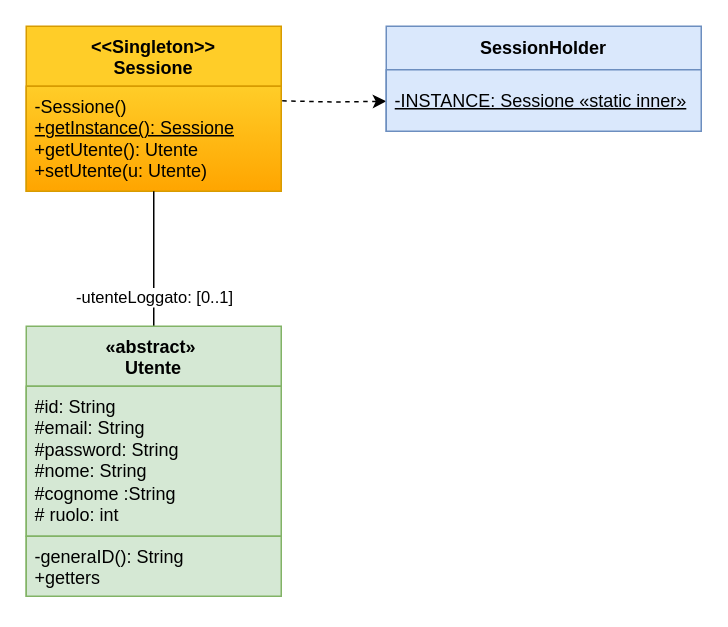
Above: Design Level/Singleton.drawio in FedericoSib/FitPlan (draw.io), before the change. Source tidied: cells renumbered, new cells numbered last; positions are measured from the earlier drawing's top-left corner, leaving out a move shared by most shapes. Both pictures are drawn from the tidied source at 150%, with x=0, y=0 at pixel (26, 26).
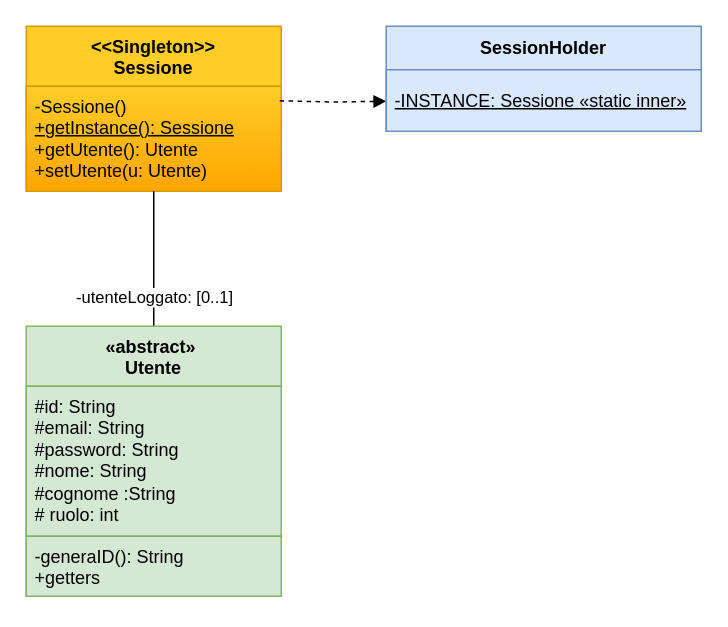
Above is the later version.

What changed in the source:
```diff
@@
 <mxGraphModel>
   <root>
     <mxCell id="0" />
     <mxCell id="1" parent="0" />
     <mxCell id="2" value="&lt;div&gt;&amp;lt;&amp;lt;Singleton&amp;gt;&amp;gt;&lt;/div&gt;&lt;div&gt;Sessione&lt;/div&gt;" style="swimlane;fontStyle=1;align=center;verticalAlign=top;horizontal=1;startSize=40;whiteSpace=wrap;html=1;fillColor=#ffcd28;gradientColor=none;strokeColor=#d79b00;" parent="1" vertex="1">
       <mxGeometry width="170" height="110" as="geometry" />
     </mxCell>
     <mxCell id="3" value="-Sessione()&lt;br&gt;&lt;u&gt;    +getInstance(): Sessione&lt;/u&gt;&lt;br&gt;    +getUtente(): Utente&lt;br&gt;    +setUtente(u: Utente)" style="text;strokeColor=#d79b00;fillColor=#ffcd28;align=left;verticalAlign=top;spacingLeft=4;spacingRight=4;overflow=hidden;whiteSpace=wrap;html=1;gradientColor=#ffa500;" parent="2" vertex="1">
       <mxGeometry y="40" width="170" height="70" as="geometry" />
     </mxCell>
     <mxCell id="4" style="edgeStyle=orthogonalEdgeStyle;rounded=0;jettySize=auto;html=1;entryX=0.5;entryY=1;entryDx=0;entryDy=0;startArrow=none;startFill=0;endArrow=none;endFill=0;" parent="1" edge="1" source="6" target="2">
       <mxGeometry relative="1" as="geometry" />
     </mxCell>
     <mxCell id="5" value="&lt;div&gt;&amp;nbsp;-utenteLoggato: [0..1]&lt;/div&gt;" style="edgeLabel;html=1;align=center;verticalAlign=middle;" parent="4" vertex="1">
       <mxGeometry x="-0.56" y="2" relative="1" as="geometry" />
     </mxCell>
     <mxCell id="6" value="&lt;div&gt;«abstract»&amp;nbsp;&lt;/div&gt;&lt;div&gt;Utente&lt;/div&gt;" style="swimlane;fontStyle=1;align=center;verticalAlign=top;horizontal=1;startSize=40;whiteSpace=wrap;html=1;fillColor=#d5e8d4;gradientColor=none;strokeColor=#82b366;" parent="1" vertex="1">
       <mxGeometry y="200" width="170" height="180" as="geometry" />
     </mxCell>
     <mxCell id="7" value="&lt;div&gt;#id:&amp;nbsp;String&lt;/div&gt;&lt;div&gt;#email:&amp;nbsp;String&lt;/div&gt;#password: String &lt;br&gt;#nome: String&lt;br&gt;#cognome :String&lt;br&gt;# ruolo: int" style="text;strokeColor=#82b366;fillColor=#d5e8d4;align=left;verticalAlign=top;spacingLeft=4;spacingRight=4;overflow=hidden;whiteSpace=wrap;html=1;gradientColor=none;" parent="6" vertex="1">
       <mxGeometry y="40" width="170" height="100" as="geometry" />
     </mxCell>
     <mxCell id="8" value="&lt;div&gt;-generaID(): String&lt;/div&gt;&lt;div&gt;+getters&lt;/div&gt;" style="text;strokeColor=#82b366;fillColor=#d5e8d4;align=left;verticalAlign=top;spacingLeft=4;spacingRight=4;overflow=hidden;whiteSpace=wrap;html=1;gradientColor=none;" parent="6" vertex="1">
       <mxGeometry y="140" width="170" height="40" as="geometry" />
     </mxCell>
-    <mxCell id="9" style="edgeStyle=orthogonalEdgeStyle;rounded=0;orthogonalLoop=1;jettySize=auto;html=1;entryX=0.994;entryY=0.243;entryDx=0;entryDy=0;entryPerimeter=0;startArrow=classic;startFill=1;endArrow=none;endFill=0;dashed=1;exitX=0;exitY=0.5;exitDx=0;exitDy=0;" parent="1" edge="1">
+    <mxCell id="9" style="edgeStyle=orthogonalEdgeStyle;rounded=0;orthogonalLoop=1;jettySize=auto;html=1;entryX=0.994;entryY=0.243;entryDx=0;entryDy=0;entryPerimeter=0;startArrow=block;startFill=1;endArrow=none;endFill=0;dashed=1;exitX=0;exitY=0.5;exitDx=0;exitDy=0;" parent="1" edge="1">
       <mxGeometry relative="1" as="geometry">
         <mxPoint x="240" y="50" as="sourcePoint" />
         <mxPoint x="169" y="49.7" as="targetPoint" />
       </mxGeometry>
     </mxCell>
     <mxCell id="10" value="SessionHolder" style="swimlane;fontStyle=1;align=center;verticalAlign=middle;horizontal=1;startSize=29;html=1;whiteSpace=wrap;fillColor=#dae8fc;gradientColor=none;strokeColor=#6c8ebf;" parent="1" vertex="1">
       <mxGeometry x="240" width="210" height="70" as="geometry" />
     </mxCell>
     <mxCell id="11" value="&lt;div align=&quot;left&quot;&gt;&lt;u&gt;-INSTANCE: Sessione  «static inner»&lt;/u&gt;&lt;/div&gt;" style="text;html=1;strokeColor=#6c8ebf;fillColor=#dae8fc;align=left;verticalAlign=middle;spacingLeft=4;spacingRight=4;overflow=hidden;whiteSpace=wrap;gradientColor=none;" parent="10" vertex="1">
       <mxGeometry y="29" width="210" height="41" as="geometry" />
     </mxCell>
   </root>
 </mxGraphModel>
```
